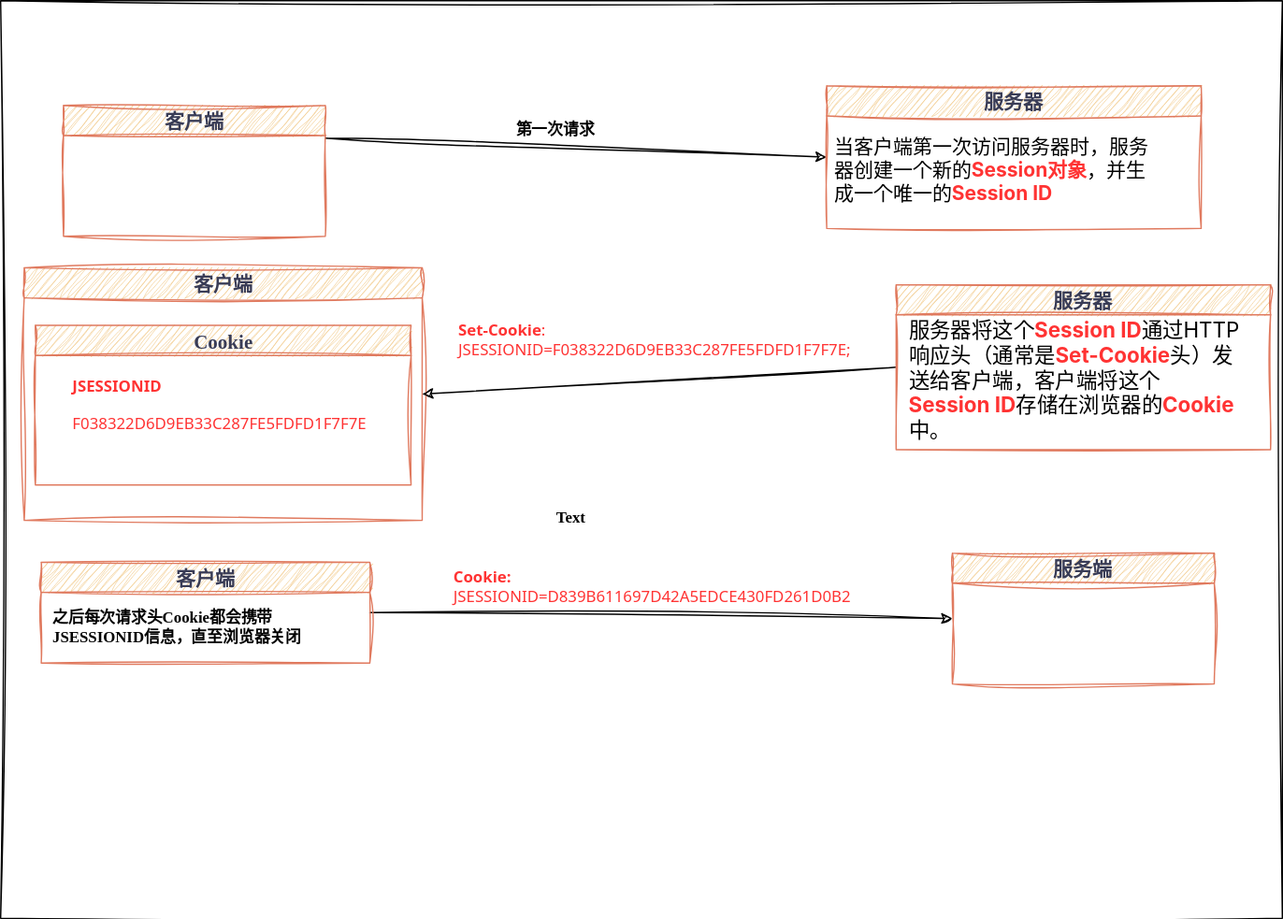
This is diagrams/java_serve/web_application/session_cookie/session原理图解.svg from luguosong/images, a draw.io export, as it was before one commit. Source tidied: cells renumbered, new cells last; positions are measured from the earlier drawing's top-left corner, leaving out a move shared by most shapes.
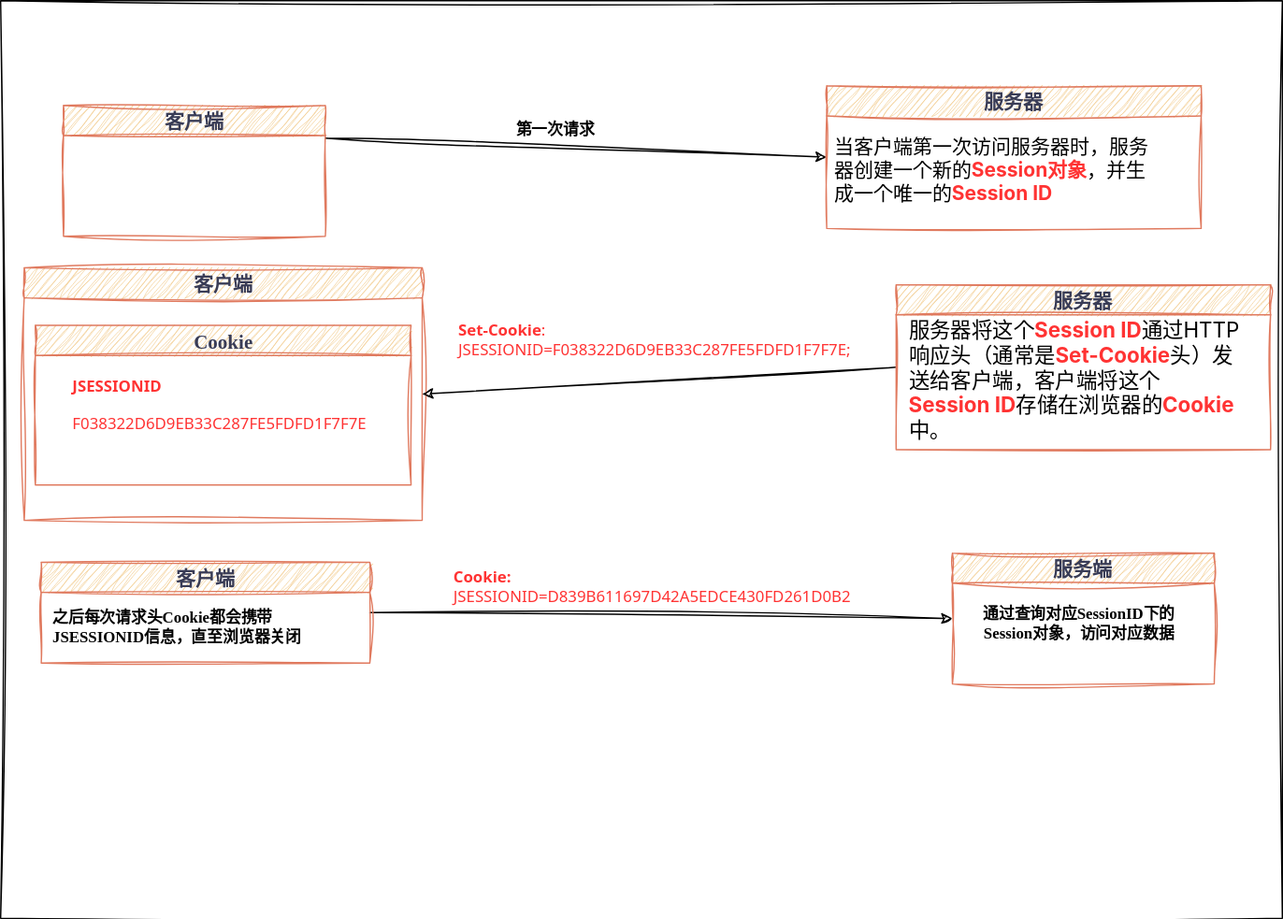
Later version of the same file.

Commit message:
更新session原理图解.svg

Change to the diagram source:
```diff
@@ -61,8 +61,8 @@
     <mxCell id="20" value="服务端" style="swimlane;whiteSpace=wrap;html=1;sketch=1;hachureGap=4;jiggle=2;curveFitting=1;fontFamily=LXGW WenKai;fontSize=15;strokeColor=#E07A5F;align=center;verticalAlign=middle;fontColor=#393C56;fontStyle=1;fillColor=#F2CC8F;fontSource=https%3A%2F%2Ffonts.googleapis.com%2Fcss%3Ffamily%3DArchitects%2BDaughter;labelBackgroundColor=none;startSize=23;" parent="1" vertex="1">
       <mxGeometry x="727" y="422" width="200" height="100" as="geometry" />
     </mxCell>
-    <mxCell id="21" value="Text" style="text;html=1;align=center;verticalAlign=middle;whiteSpace=wrap;rounded=0;fontFamily=LXGW WenKai;fontSize=12;fontColor=default;fontStyle=1;" parent="1" vertex="1">
-      <mxGeometry x="406" y="380" width="60" height="30" as="geometry" />
-    </mxCell>
+    <mxCell id="22" value="通过查询对应SessionID下的Session对象，访问对应数据" style="text;html=1;align=center;verticalAlign=middle;whiteSpace=wrap;rounded=0;fontFamily=LXGW WenKai;fontSize=12;fontColor=default;fontStyle=1;" parent="20" vertex="1">
+      <mxGeometry x="4" y="39" width="186" height="30" as="geometry" />
+    </mxCell>
   </root>
 </mxGraphModel>
```
